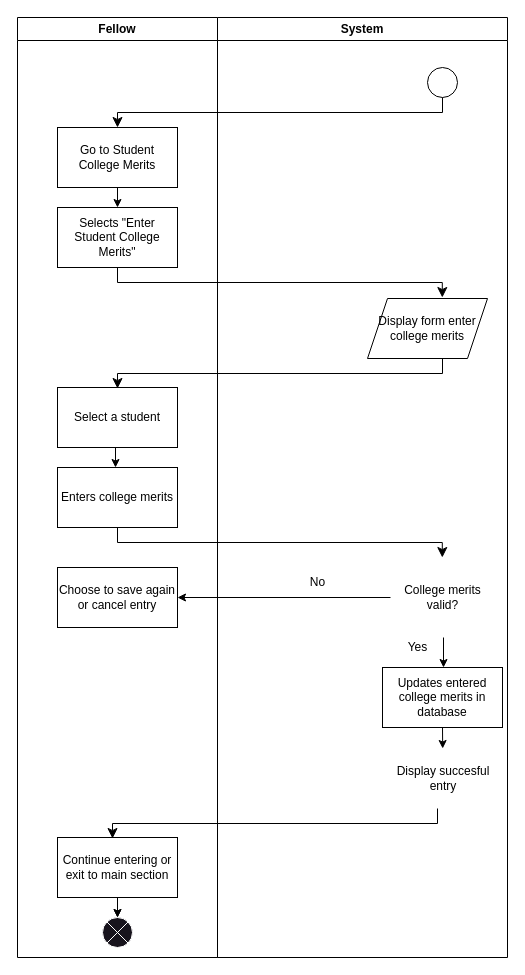
Above: project/drawio/stakeholder/activity diagram/uc09.drawio in drshahizan/software-engineering (draw.io), before the change. Source tidied: cells renumbered, new cells numbered last; positions are measured from the earlier drawing's top-left corner, leaving out a move shared by most shapes. Both pictures are drawn from the tidied source at 100%, with x=0, y=0 at pixel (17, 17).
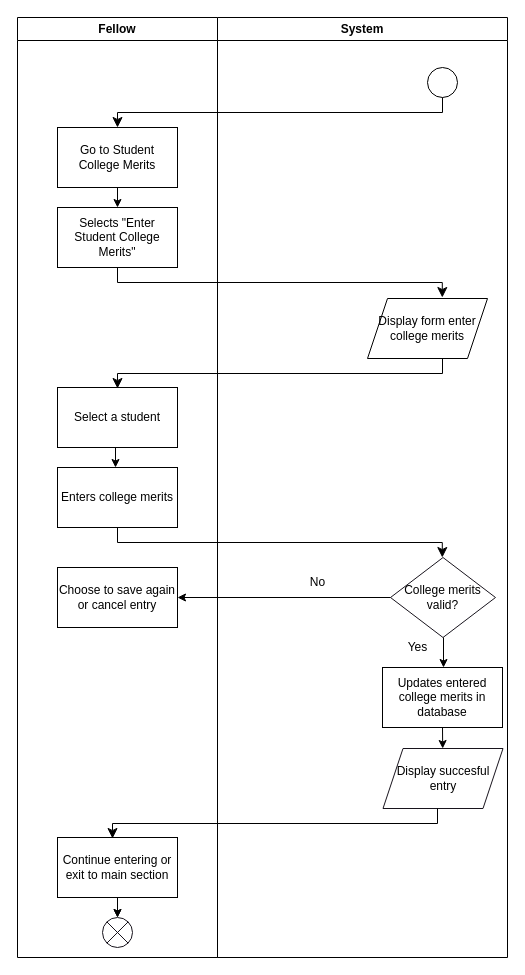
The same page after the edit.

Diff of the diagram source:
```diff
@@
-    <mxCell id="14" value="College merits valid?" style="rhombus;whiteSpace=wrap;html=1;fillColor=#FFFFFF;strokeColor=#FFFFFF;" parent="1" vertex="1">
+    <mxCell id="14" value="College merits valid?" style="rhombus;whiteSpace=wrap;html=1;fillColor=#FFFFFF;strokeColor=#18141D;" parent="1" vertex="1">
       <mxGeometry x="373" y="540" width="105" height="80" as="geometry" />
     </mxCell>
@@
-    <mxCell id="19" value="Display succesful entry" style="shape=parallelogram;perimeter=parallelogramPerimeter;whiteSpace=wrap;html=1;fixedSize=1;fillColor=#FFFFFF;strokeColor=#FFFFFF;" parent="1" vertex="1">
+    <mxCell id="19" value="Display succesful entry" style="shape=parallelogram;perimeter=parallelogramPerimeter;whiteSpace=wrap;html=1;fixedSize=1;fillColor=#FFFFFF;strokeColor=#18141D;" parent="1" vertex="1">
       <mxGeometry x="365.5" y="731" width="120" height="60" as="geometry" />
     </mxCell>
@@
-    <mxCell id="27" style="shape=sumEllipse;perimeter=ellipsePerimeter;whiteSpace=wrap;html=1;backgroundOutline=1;fillColor=#18141D;strokeColor=#FFFFFF;" parent="1" vertex="1">
+    <mxCell id="27" style="shape=sumEllipse;perimeter=ellipsePerimeter;whiteSpace=wrap;html=1;backgroundOutline=1;fillColor=#FFFFFF;strokeColor=#18141D;" parent="1" vertex="1">
       <mxGeometry x="85" y="900" width="30" height="30" as="geometry" />
     </mxCell>
```
